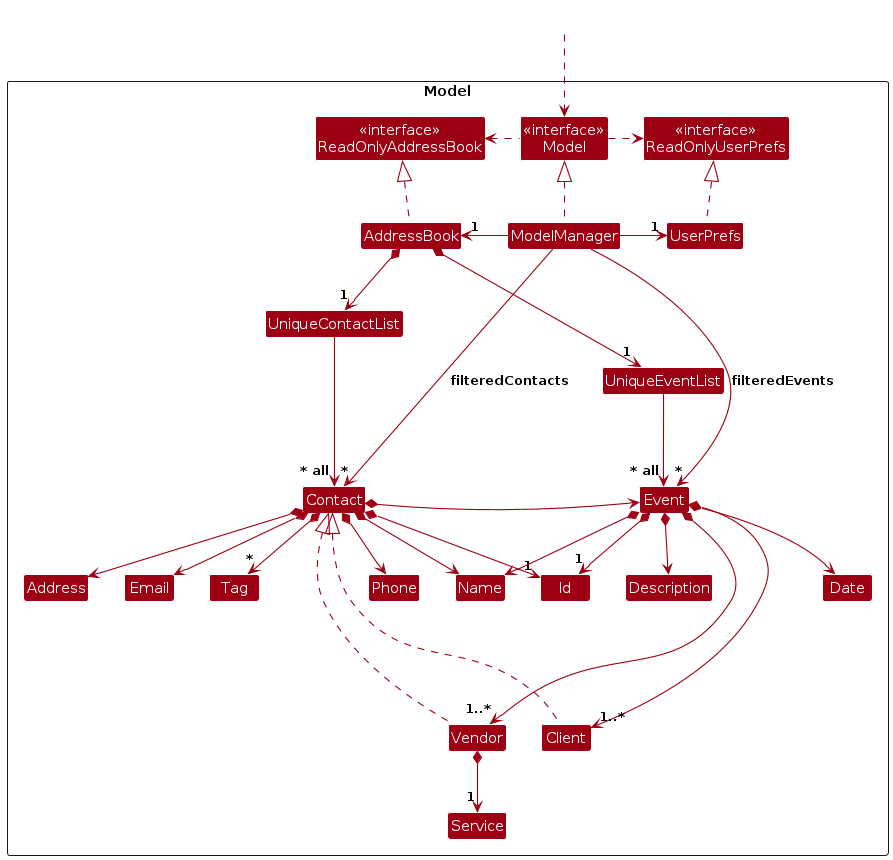
Earlier version of the PlantUML export diagrams/ModelClassDiagram.png (AY2425S1-CS2103T-F13-3/tp). Its source is kept beside it as diagrams/ModelClassDiagram.puml.
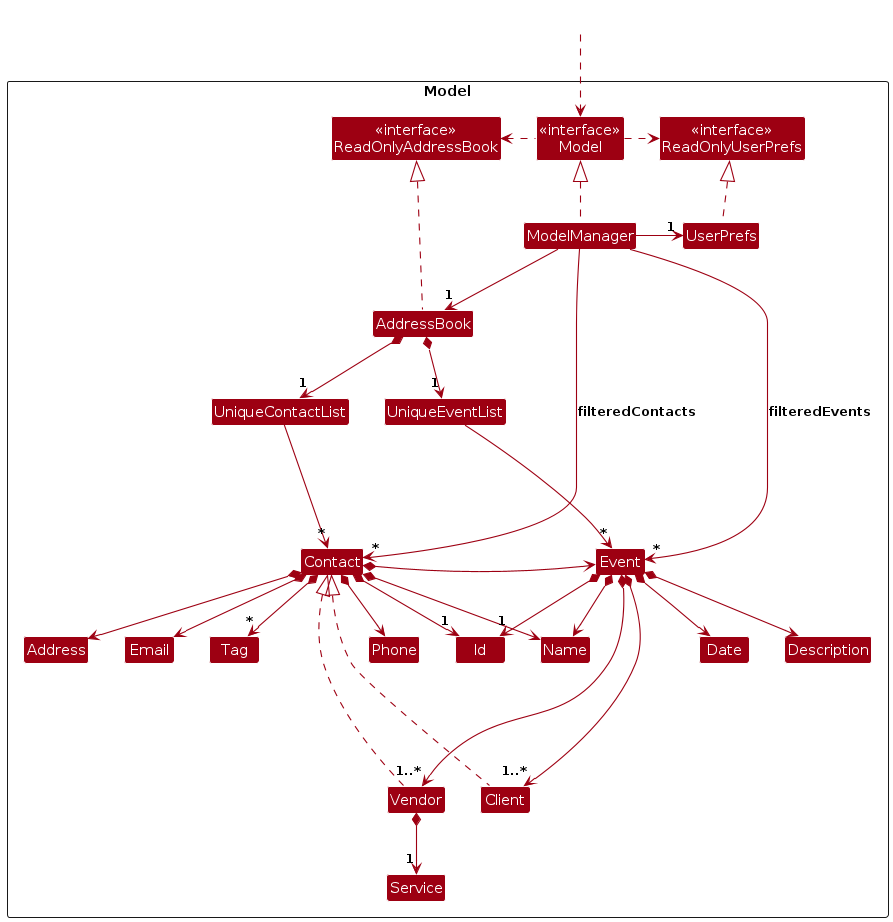
After the commit.

The edit, as a diff of the source:
```diff
@@ -41,14 +41,14 @@
 ModelManager .up.|> Model
 Model .right.> ReadOnlyUserPrefs
 Model .left.> ReadOnlyAddressBook
-ModelManager -left-> "1" AddressBook
 ModelManager -right-> "1" UserPrefs
+ModelManager --> "1" AddressBook
 UserPrefs .up.|> ReadOnlyUserPrefs
 
 AddressBook *--> "1" UniqueContactList
 AddressBook *--> "1" UniqueEventList
-UniqueContactList --> "~* all" Contact
-UniqueEventList --> "~* all" Event
+UniqueContactList --> "~*" Contact
+UniqueEventList --> "~*" Event
 
 Client .up.--|> Contact
 
@@ -73,6 +73,7 @@
 Contact -[hidden]up--> I
 Contact -[hidden]left--> Event
 UniqueContactList -[hidden]right-> I
+UniqueEventList -[hidden]right-> UniqueContactList
 Client -[hidden]left--> Vendor
 
 Name -[hidden]right-> Phone
```
